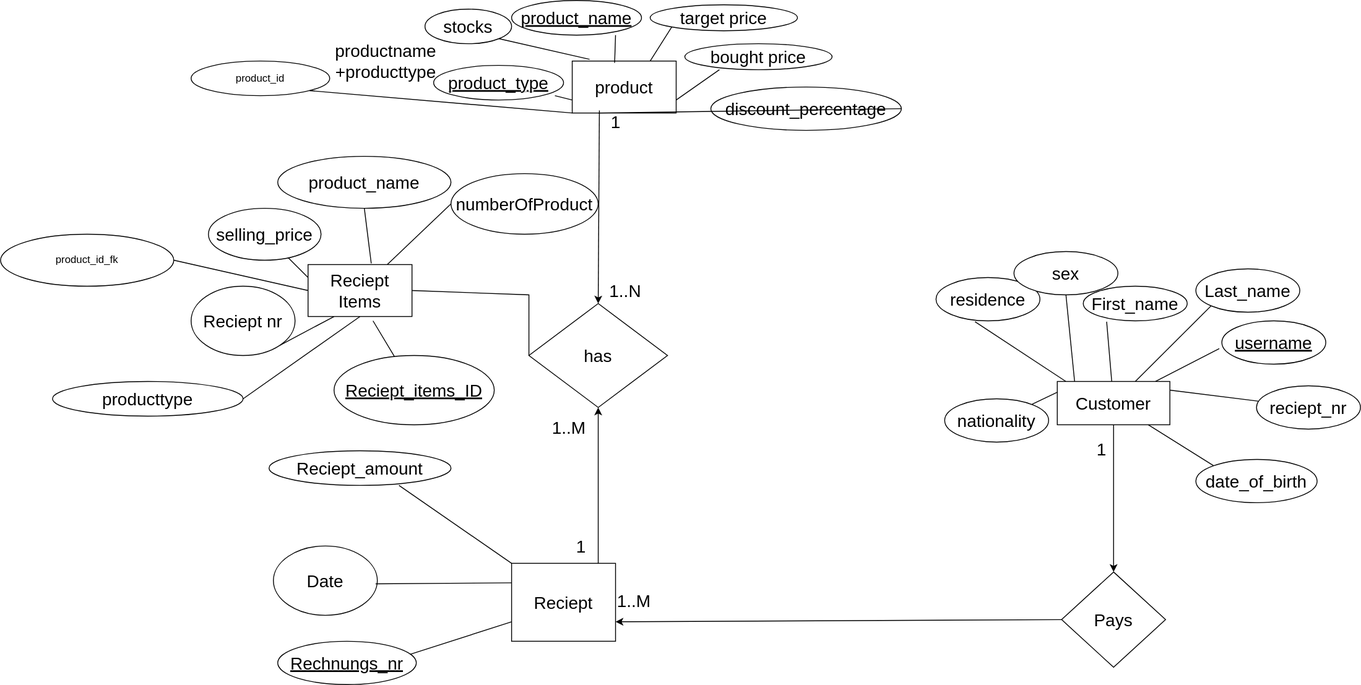
bishalmhrjan/JavaFX-Employee-Customer-Product-Manager keeps this draw.io diagram as DiyaDesktop.svg. Above is the earlier version. Source tidied: cells renumbered, new cells last; positions are measured from the earlier drawing's top-left corner, leaving out a move shared by most shapes.
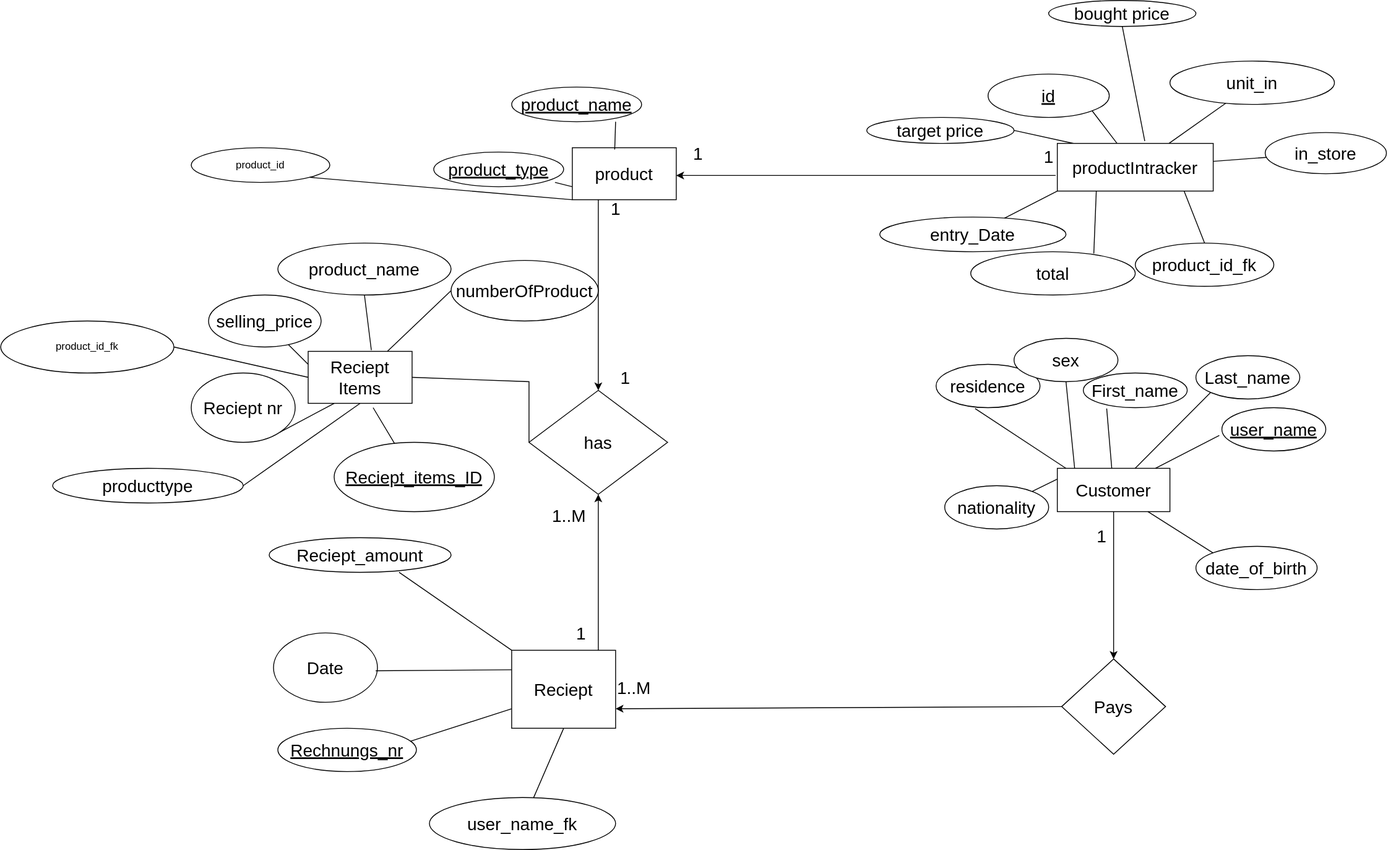
After the change.

The edit, as a diff of the source:
```diff
@@ -14,46 +14,32 @@
     <mxCell id="5" value="&lt;u&gt;product_type&lt;/u&gt;" style="ellipse;whiteSpace=wrap;html=1;fontSize=20;" parent="1" vertex="1">
       <mxGeometry x="500" y="75" width="150" height="40" as="geometry" />
     </mxCell>
-    <mxCell id="6" value="discount_percentage" style="ellipse;whiteSpace=wrap;html=1;fontSize=20;" parent="1" vertex="1">
-      <mxGeometry x="820" y="100" width="220" height="50" as="geometry" />
-    </mxCell>
     <mxCell id="7" value="bought price" style="ellipse;whiteSpace=wrap;html=1;fontSize=20;" parent="1" vertex="1">
-      <mxGeometry x="790" y="50" width="170" height="30" as="geometry" />
+      <mxGeometry x="1210" y="-100" width="170" height="30" as="geometry" />
     </mxCell>
-    <mxCell id="8" value="stocks" style="ellipse;whiteSpace=wrap;html=1;fontSize=20;" parent="1" vertex="1">
-      <mxGeometry x="490" y="10" width="100" height="40" as="geometry" />
-    </mxCell>
     <mxCell id="9" value="&lt;u&gt;product_name&lt;/u&gt;" style="ellipse;whiteSpace=wrap;html=1;fontSize=20;" parent="1" vertex="1">
       <mxGeometry x="590" width="150" height="40" as="geometry" />
     </mxCell>
     <mxCell id="10" value="target price" style="ellipse;whiteSpace=wrap;html=1;fontSize=20;" parent="1" vertex="1">
-      <mxGeometry x="750" y="5" width="170" height="30" as="geometry" />
+      <mxGeometry x="1000" y="35" width="170" height="30" as="geometry" />
     </mxCell>
-    <mxCell id="11" style="endArrow=none;html=1;rounded=0;fontSize=20;exitX=1;exitY=0.75;exitDx=0;exitDy=0;entryX=0.235;entryY=1;entryDx=0;entryDy=0;entryPerimeter=0;" parent="1" edge="1" source="2" target="7">
+    <mxCell id="11" style="endArrow=none;html=1;rounded=0;fontSize=20;exitX=0.561;exitY=-0.049;exitDx=0;exitDy=0;entryX=0.5;entryY=1;entryDx=0;entryDy=0;exitPerimeter=0;" parent="1" edge="1" source="75" target="7">
       <mxGeometry relative="1" as="geometry" />
     </mxCell>
-    <mxCell id="12" style="endArrow=none;html=1;rounded=0;fontSize=20;entryX=0;entryY=1;entryDx=0;entryDy=0;" parent="1" edge="1" target="10">
-      <mxGeometry relative="1" as="geometry">
-        <mxPoint x="750" y="70" as="sourcePoint" />
-      </mxGeometry>
+    <mxCell id="12" style="endArrow=none;html=1;rounded=0;fontSize=20;exitX=0.123;exitY=0.015;exitDx=0;exitDy=0;exitPerimeter=0;entryX=1;entryY=0.5;entryDx=0;entryDy=0;" parent="1" edge="1" source="75" target="10">
+      <mxGeometry relative="1" as="geometry" />
     </mxCell>
     <mxCell id="13" style="endArrow=none;html=1;rounded=0;fontSize=20;exitX=0.408;exitY=0.033;exitDx=0;exitDy=0;exitPerimeter=0;" parent="1" edge="1" source="2">
       <mxGeometry relative="1" as="geometry">
         <mxPoint x="710" y="40" as="targetPoint" />
       </mxGeometry>
     </mxCell>
-    <mxCell id="14" style="endArrow=none;html=1;rounded=0;fontSize=20;exitX=1;exitY=1;exitDx=0;exitDy=0;entryX=0.167;entryY=-0.033;entryDx=0;entryDy=0;entryPerimeter=0;" parent="1" edge="1" source="8" target="2">
-      <mxGeometry relative="1" as="geometry" />
-    </mxCell>
     <mxCell id="15" style="endArrow=none;html=1;rounded=0;fontSize=20;entryX=0;entryY=0.75;entryDx=0;entryDy=0;" parent="1" edge="1" target="2">
       <mxGeometry relative="1" as="geometry">
         <mxPoint x="640" y="110" as="sourcePoint" />
       </mxGeometry>
     </mxCell>
-    <mxCell id="16" style="endArrow=none;html=1;rounded=0;fontSize=20;exitX=1;exitY=0.5;exitDx=0;exitDy=0;entryX=0.25;entryY=1;entryDx=0;entryDy=0;" parent="1" edge="1" source="6" target="2">
-      <mxGeometry relative="1" as="geometry" />
-    </mxCell>
-    <mxCell id="17" value="productname&lt;br&gt;+producttype" style="text;html=1;strokeColor=none;fillColor=none;align=center;verticalAlign=middle;whiteSpace=wrap;rounded=0;fontSize=20;" parent="1" vertex="1">
+    <mxCell id="17" value="&amp;nbsp;" style="text;html=1;strokeColor=none;fillColor=none;align=center;verticalAlign=middle;whiteSpace=wrap;rounded=0;fontSize=20;" parent="1" vertex="1">
       <mxGeometry x="390" y="10" width="110" height="120" as="geometry" />
     </mxCell>
     <mxCell id="18" value="Reciept_amount" style="ellipse;whiteSpace=wrap;html=1;fontSize=20;" parent="1" vertex="1">
@@ -95,10 +81,7 @@
     <mxCell id="30" value="date_of_birth" style="ellipse;whiteSpace=wrap;html=1;fontSize=20;" parent="1" vertex="1">
       <mxGeometry x="1380" y="530" width="140" height="50" as="geometry" />
     </mxCell>
-    <mxCell id="31" value="reciept_nr" style="ellipse;whiteSpace=wrap;html=1;fontSize=20;" parent="1" vertex="1">
-      <mxGeometry x="1450" y="445" width="120" height="50" as="geometry" />
-    </mxCell>
-    <mxCell id="32" value="&lt;u&gt;username&lt;/u&gt;" style="ellipse;whiteSpace=wrap;html=1;fontSize=20;" parent="1" vertex="1">
+    <mxCell id="32" value="&lt;u&gt;user_name&lt;/u&gt;" style="ellipse;whiteSpace=wrap;html=1;fontSize=20;" parent="1" vertex="1">
       <mxGeometry x="1410" y="370" width="120" height="50" as="geometry" />
     </mxCell>
     <mxCell id="33" value="Last_name" style="ellipse;whiteSpace=wrap;html=1;fontSize=20;" parent="1" vertex="1">
@@ -124,11 +107,6 @@
     <mxCell id="38" style="endArrow=none;html=1;rounded=0;fontSize=20;entryX=0;entryY=0;entryDx=0;entryDy=0;" parent="1" edge="1" source="4" target="30">
       <mxGeometry relative="1" as="geometry" />
     </mxCell>
-    <mxCell id="39" style="endArrow=none;html=1;rounded=0;fontSize=20;" parent="1" edge="1" target="31">
-      <mxGeometry relative="1" as="geometry">
-        <mxPoint x="1350" y="450" as="sourcePoint" />
-      </mxGeometry>
-    </mxCell>
     <mxCell id="40" style="endArrow=none;html=1;rounded=0;fontSize=20;entryX=-0.025;entryY=0.64;entryDx=0;entryDy=0;entryPerimeter=0;" parent="1" edge="1" source="4" target="32">
       <mxGeometry relative="1" as="geometry" />
     </mxCell>
@@ -149,7 +127,7 @@
         <mxPoint x="690" y="650" as="sourcePoint" />
       </mxGeometry>
     </mxCell>
-    <mxCell id="46" value="1..N" style="edgeLabel;html=1;align=center;verticalAlign=middle;fontSize=20;" parent="45" vertex="1">
+    <mxCell id="46" value="1" style="edgeLabel;html=1;align=center;verticalAlign=middle;fontSize=20;" parent="45" vertex="1">
       <mxGeometry x="-0.71" y="-6" relative="1" as="geometry">
         <mxPoint x="24" y="-290" as="offset" />
       </mxGeometry>
@@ -160,8 +138,10 @@
     <mxCell id="48" style="endArrow=classic;html=1;rounded=0;fontSize=20;exitX=0;exitY=0.5;exitDx=0;exitDy=0;entryX=1;entryY=0.75;entryDx=0;entryDy=0;" parent="1" edge="1" source="44" target="3">
       <mxGeometry relative="1" as="geometry" />
     </mxCell>
-    <mxCell id="49" style="endArrow=classic;html=1;rounded=0;fontSize=20;entryX=0.5;entryY=0;entryDx=0;entryDy=0;exitX=-0.122;exitY=0.175;exitDx=0;exitDy=0;exitPerimeter=0;" parent="1" edge="1" source="59" target="43">
-      <mxGeometry relative="1" as="geometry" />
+    <mxCell id="49" style="endArrow=classic;html=1;rounded=0;fontSize=20;entryX=0.5;entryY=0;entryDx=0;entryDy=0;" parent="1" edge="1" target="43">
+      <mxGeometry relative="1" as="geometry">
+        <mxPoint x="690" y="130" as="sourcePoint" />
+      </mxGeometry>
     </mxCell>
     <mxCell id="50" value="1..M" style="edgeLabel;html=1;align=center;verticalAlign=middle;fontSize=20;" parent="49" vertex="1">
       <mxGeometry x="0.74" y="-5" relative="1" as="geometry">
@@ -238,5 +218,66 @@
     <mxCell id="70" style="endArrow=none;html=1;rounded=0;exitX=1;exitY=0.5;exitDx=0;exitDy=0;entryX=0.5;entryY=1;entryDx=0;entryDy=0;" parent="1" edge="1" source="69" target="53">
       <mxGeometry relative="1" as="geometry" />
     </mxCell>
+    <mxCell id="71" value="&lt;font style=&quot;font-size: 20px;&quot;&gt;entry_Date&lt;/font&gt;" style="ellipse;whiteSpace=wrap;html=1;" parent="1" vertex="1">
+      <mxGeometry x="1015" y="150" width="215" height="40" as="geometry" />
+    </mxCell>
+    <mxCell id="72" style="endArrow=none;html=1;rounded=0;entryX=0;entryY=1;entryDx=0;entryDy=0;" parent="1" edge="1" source="71" target="75">
+      <mxGeometry relative="1" as="geometry" />
+    </mxCell>
+    <mxCell id="73" value="user_name_fk" style="ellipse;whiteSpace=wrap;html=1;fontSize=20;" parent="1" vertex="1">
+      <mxGeometry x="495" y="820" width="215" height="60" as="geometry" />
+    </mxCell>
+    <mxCell id="74" style="endArrow=none;html=1;rounded=0;fontSize=20;exitX=0.5;exitY=1;exitDx=0;exitDy=0;" parent="1" edge="1" source="3" target="73">
+      <mxGeometry relative="1" as="geometry" />
+    </mxCell>
+    <mxCell id="75" value="productIntracker" style="rounded=0;whiteSpace=wrap;html=1;fontSize=20;" parent="1" vertex="1">
+      <mxGeometry x="1220" y="65" width="180" height="55" as="geometry" />
+    </mxCell>
+    <mxCell id="76" value="product_id_fk" style="ellipse;whiteSpace=wrap;html=1;fontSize=20;" parent="1" vertex="1">
+      <mxGeometry x="1310" y="180" width="160" height="50" as="geometry" />
+    </mxCell>
+    <mxCell id="77" value="&lt;u&gt;id&lt;/u&gt;" style="ellipse;whiteSpace=wrap;html=1;fontSize=20;" parent="1" vertex="1">
+      <mxGeometry x="1140" y="-15" width="140" height="50" as="geometry" />
+    </mxCell>
+    <mxCell id="78" style="endArrow=none;html=1;rounded=0;fontSize=20;entryX=0.813;entryY=1;entryDx=0;entryDy=0;entryPerimeter=0;exitX=0.5;exitY=0;exitDx=0;exitDy=0;" parent="1" edge="1" source="76" target="75">
+      <mxGeometry relative="1" as="geometry" />
+    </mxCell>
+    <mxCell id="79" style="endArrow=none;html=1;rounded=0;fontSize=20;entryX=1;entryY=1;entryDx=0;entryDy=0;" parent="1" edge="1" source="75" target="77">
+      <mxGeometry relative="1" as="geometry" />
+    </mxCell>
+    <mxCell id="80" style="endArrow=none;html=1;rounded=0;fontSize=20;" parent="1" edge="1" source="75">
+      <mxGeometry relative="1" as="geometry">
+        <mxPoint x="1414.5" y="18.7" as="targetPoint" />
+      </mxGeometry>
+    </mxCell>
+    <mxCell id="81" value="unit_in" style="ellipse;whiteSpace=wrap;html=1;fontSize=20;" parent="1" vertex="1">
+      <mxGeometry x="1350" y="-30" width="190" height="50" as="geometry" />
+    </mxCell>
+    <mxCell id="82" value="in_store" style="ellipse;whiteSpace=wrap;html=1;fontSize=20;" parent="1" vertex="1">
+      <mxGeometry x="1460" y="52.5" width="140" height="47.5" as="geometry" />
+    </mxCell>
+    <mxCell id="83" style="endArrow=none;html=1;rounded=0;fontSize=20;" parent="1" edge="1" source="75" target="82">
+      <mxGeometry relative="1" as="geometry" />
+    </mxCell>
+    <mxCell id="84" style="endArrow=classic;html=1;rounded=0;fontSize=20;exitX=0.767;exitY=1.05;exitDx=0;exitDy=0;exitPerimeter=0;" parent="1" edge="1" source="87">
+      <mxGeometry relative="1" as="geometry">
+        <mxPoint x="780" y="102" as="targetPoint" />
+      </mxGeometry>
+    </mxCell>
+    <mxCell id="85" value="&amp;nbsp;" style="text;html=1;align=center;verticalAlign=middle;strokeColor=none;fillColor=none;fontSize=20;" parent="1" vertex="1">
+      <mxGeometry x="750" y="75" width="30" height="40" as="geometry" />
+    </mxCell>
+    <mxCell id="86" value="1" style="text;html=1;align=center;verticalAlign=middle;strokeColor=none;fillColor=none;fontSize=20;" parent="1" vertex="1">
+      <mxGeometry x="790" y="56.2" width="30" height="40" as="geometry" />
+    </mxCell>
+    <mxCell id="87" value="1&lt;br&gt;" style="text;html=1;align=center;verticalAlign=middle;points=[];strokeColor=none;fillColor=none;fontSize=20;" parent="1" vertex="1">
+      <mxGeometry x="1195" y="60" width="30" height="40" as="geometry" />
+    </mxCell>
+    <mxCell id="88" value="total" style="ellipse;whiteSpace=wrap;html=1;fontSize=20;" parent="1" vertex="1">
+      <mxGeometry x="1120" y="190" width="190" height="50" as="geometry" />
+    </mxCell>
+    <mxCell id="89" style="endArrow=none;html=1;rounded=0;fontSize=20;entryX=0.25;entryY=1;entryDx=0;entryDy=0;exitX=0.748;exitY=0.043;exitDx=0;exitDy=0;exitPerimeter=0;" parent="1" edge="1" source="88" target="75">
+      <mxGeometry relative="1" as="geometry" />
+    </mxCell>
   </root>
 </mxGraphModel>
```
